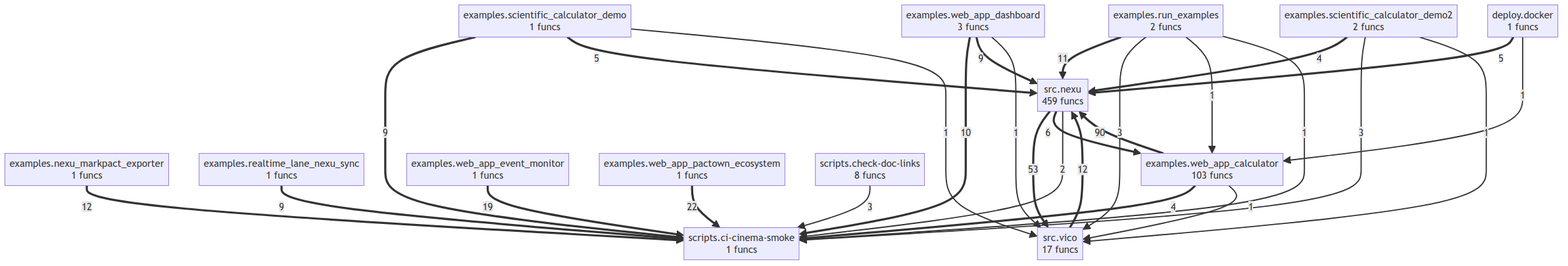
Before: project/compact_flow.png, a diagram exported from Mermaid (autogrammar/nexu). Its source is kept beside it as project/compact_flow.mmd.
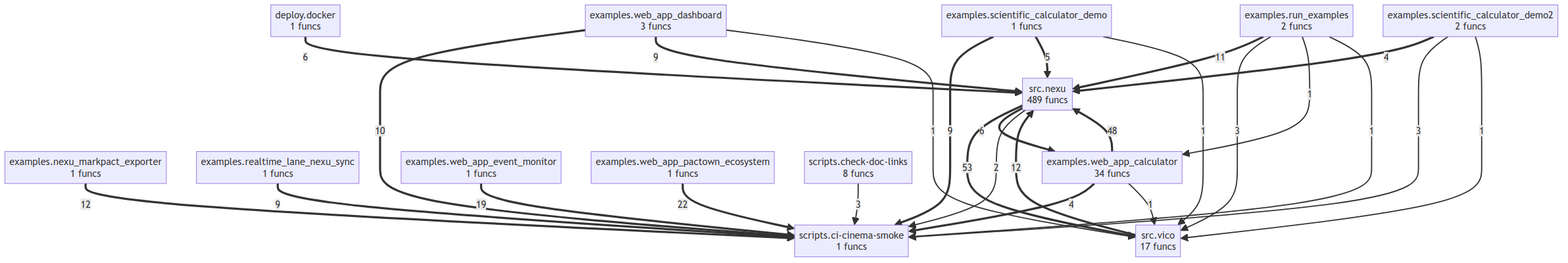
The same diagram one commit later.

What changed in the source:
```diff
@@ -5,16 +5,16 @@
     examples__run_examples["examples.run_examples<br/>2 funcs"]
     examples__scientific_calculator_demo["examples.scientific_calculator_demo<br/>1 funcs"]
     examples__scientific_calculator_demo2["examples.scientific_calculator_demo2<br/>2 funcs"]
-    examples__web_app_calculator["examples.web_app_calculator<br/>103 funcs"]
+    examples__web_app_calculator["examples.web_app_calculator<br/>34 funcs"]
     examples__web_app_dashboard["examples.web_app_dashboard<br/>3 funcs"]
     examples__web_app_event_monitor["examples.web_app_event_monitor<br/>1 funcs"]
     examples__web_app_pactown_ecosystem["examples.web_app_pactown_ecosystem<br/>1 funcs"]
     scripts__check_doc_links["scripts.check-doc-links<br/>8 funcs"]
     scripts__ci_cinema_smoke["scripts.ci-cinema-smoke<br/>1 funcs"]
-    src__nexu["src.nexu<br/>459 funcs"]
+    src__nexu["src.nexu<br/>489 funcs"]
     src__vico["src.vico<br/>17 funcs"]
-    examples__web_app_calculator ==>|90| src__nexu
     src__nexu ==>|53| src__vico
+    examples__web_app_calculator ==>|48| src__nexu
     examples__web_app_pactown_ecosystem ==>|22| scripts__ci_cinema_smoke
     examples__web_app_event_monitor ==>|19| scripts__ci_cinema_smoke
     examples__nexu_markpact_exporter ==>|12| scripts__ci_cinema_smoke
@@ -25,8 +25,8 @@
     examples__realtime_lane_nexu_sync ==>|9| scripts__ci_cinema_smoke
     examples__web_app_dashboard ==>|9| src__nexu
     src__nexu ==>|6| examples__web_app_calculator
+    deploy__docker ==>|6| src__nexu
     examples__scientific_calculator_demo ==>|5| src__nexu
-    deploy__docker ==>|5| src__nexu
     examples__scientific_calculator_demo2 ==>|4| src__nexu
     examples__web_app_calculator ==>|4| scripts__ci_cinema_smoke
     examples__run_examples -->|3| src__vico
@@ -39,4 +39,3 @@
     examples__scientific_calculator_demo2 -->|1| src__vico
     examples__web_app_calculator -->|1| src__vico
     examples__web_app_dashboard -->|1| src__vico
-    deploy__docker -->|1| examples__web_app_calculator
```
